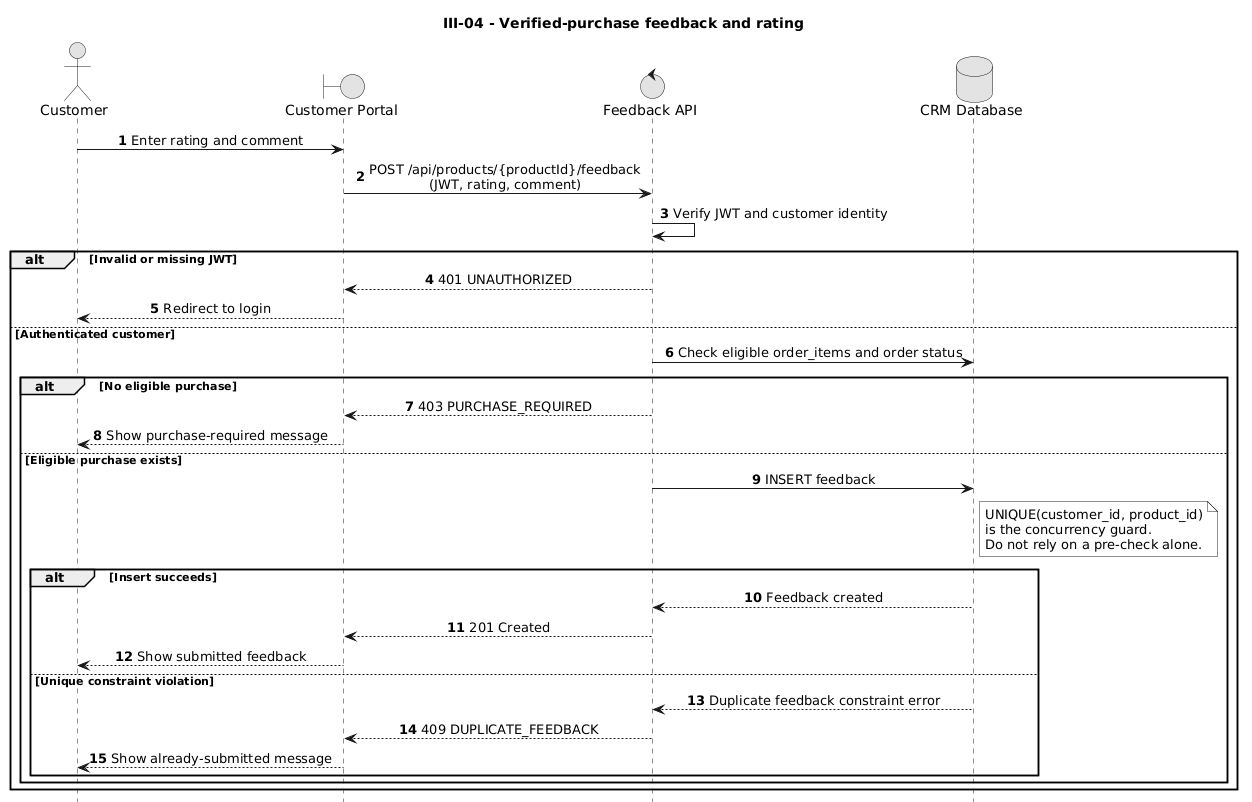
Above: docs/diagrams/customer/III-04-feedback-rating-verified-purchase.png in duygri/do-an-htttdn-crm (PlantUML), before the change.
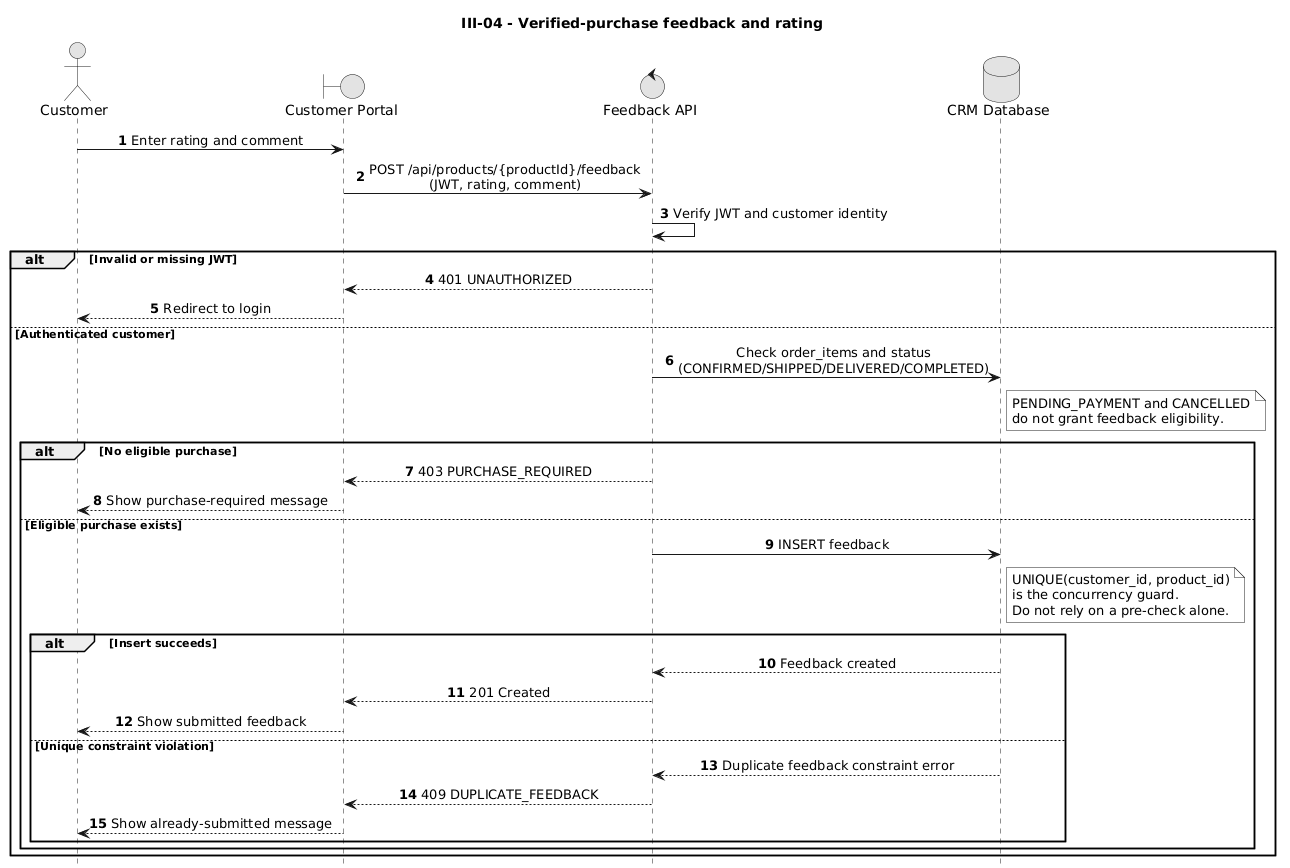
The same file after the commit.

The edit, as a diff of the source:
```diff
@@ -20,7 +20,11 @@
     API --> Web: 401 UNAUTHORIZED
     Web --> Customer: Redirect to login
 else Authenticated customer
-    API -> DB: Check eligible order_items and order status
+    API -> DB: Check order_items and status\n(CONFIRMED/SHIPPED/DELIVERED/COMPLETED)
+    note right of DB
+      PENDING_PAYMENT and CANCELLED
+      do not grant feedback eligibility.
+    end note
 
     alt No eligible purchase
         API --> Web: 403 PURCHASE_REQUIRED
```
